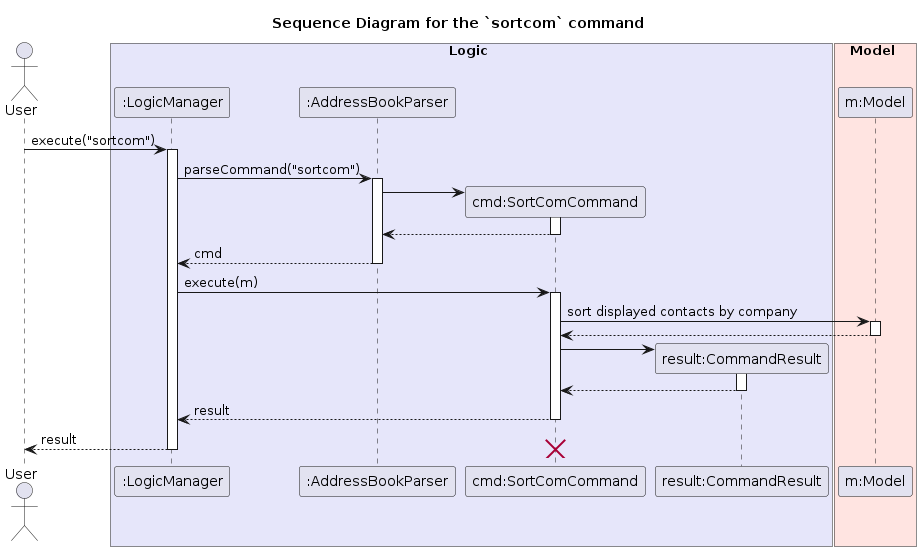
AY2526S2-CS2103-T11-1/tp keeps this PlantUML diagram as diagrams/company/SortComSequenceDiagram.png. Above is the earlier version. Its source is kept beside it as diagrams/company/SortComSequenceDiagram.puml.
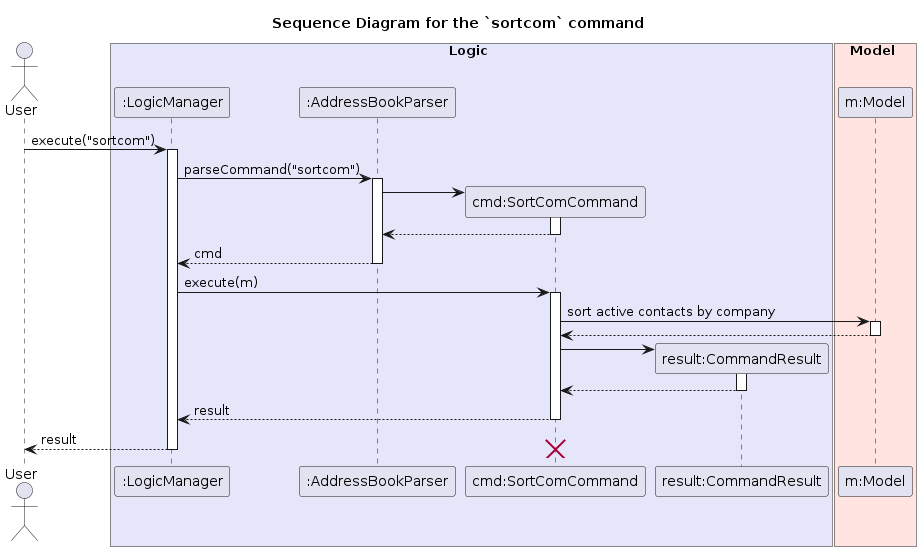
Later version of the same file.

Change to the diagram source:
```diff
@@ -33,7 +33,7 @@
 Logic -> Command : execute(m)
 activate Command
 
-Command -> Model : sort displayed contacts by company
+Command -> Model : sort active contacts by company
 activate Model
 Model --> Command
 deactivate Model
```
